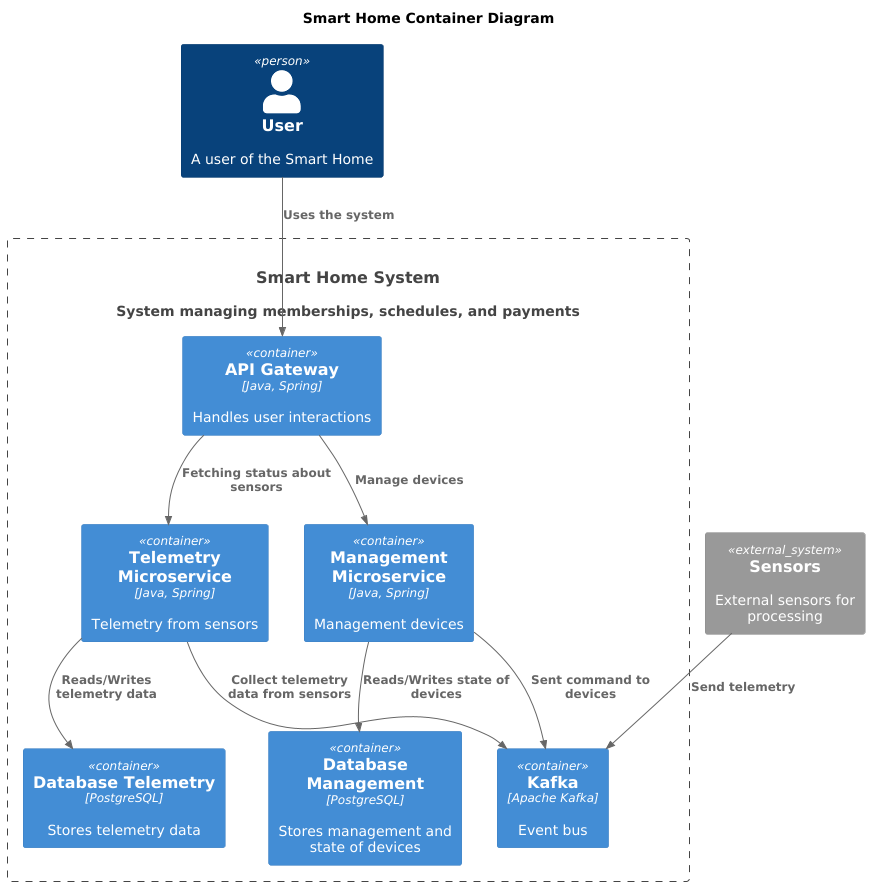
Above: docs/smart-home-microservices-Container-Smart_Home_Container_Diagram.png in vskurikhin/architecture-sprint-3 (PlantUML), before the change. Its diagram source:
```plantuml
@startuml
!include C4.puml
!include C4_Context.puml
!include C4_Container.puml
!include C4_Component.puml

title Smart Home Container Diagram

top to bottom direction

Person(user, "User", "A user of the Smart Home")
System(SmartHomeSystem, "Smart Home System", "System managing memberships, schedules, and payments")

Container_Boundary(SmartHomeSystem, "Smart Home System") {
  Container(APIGateway, "API Gateway", "Java, Spring", "Handles user interactions")
  Container(Management, "Management Microservice", "Java, Spring", "Management devices")
  Container(Telemetry, "Telemetry Microservice", "Java, Spring", "Telemetry from sensors")
  Container(DatabaseManagement, "Database Management", "PostgreSQL", "Stores management and state of devices")
  Container(DatabaseTelemetry, "Database Telemetry", "PostgreSQL", "Stores telemetry data")
  Container(Kafka, "Kafka", "Apache Kafka", "Event bus")
}

System_Ext(sensors, "Sensors", "External sensors for processing")

Rel(user, APIGateway, "Uses the system")
Rel(APIGateway,Management,"Manage devices")
Rel(APIGateway,Telemetry,"Fetching status about sensors")
Rel(Management,DatabaseManagement,"Reads/Writes state of devices")
Rel(Telemetry,DatabaseTelemetry,"Reads/Writes telemetry data")
Rel(Management,Kafka,"Sent command to devices")
Rel(Telemetry,Kafka,"Collect telemetry data from sensors")
Rel(sensors,Kafka,"Send telemetry")
@enduml
```
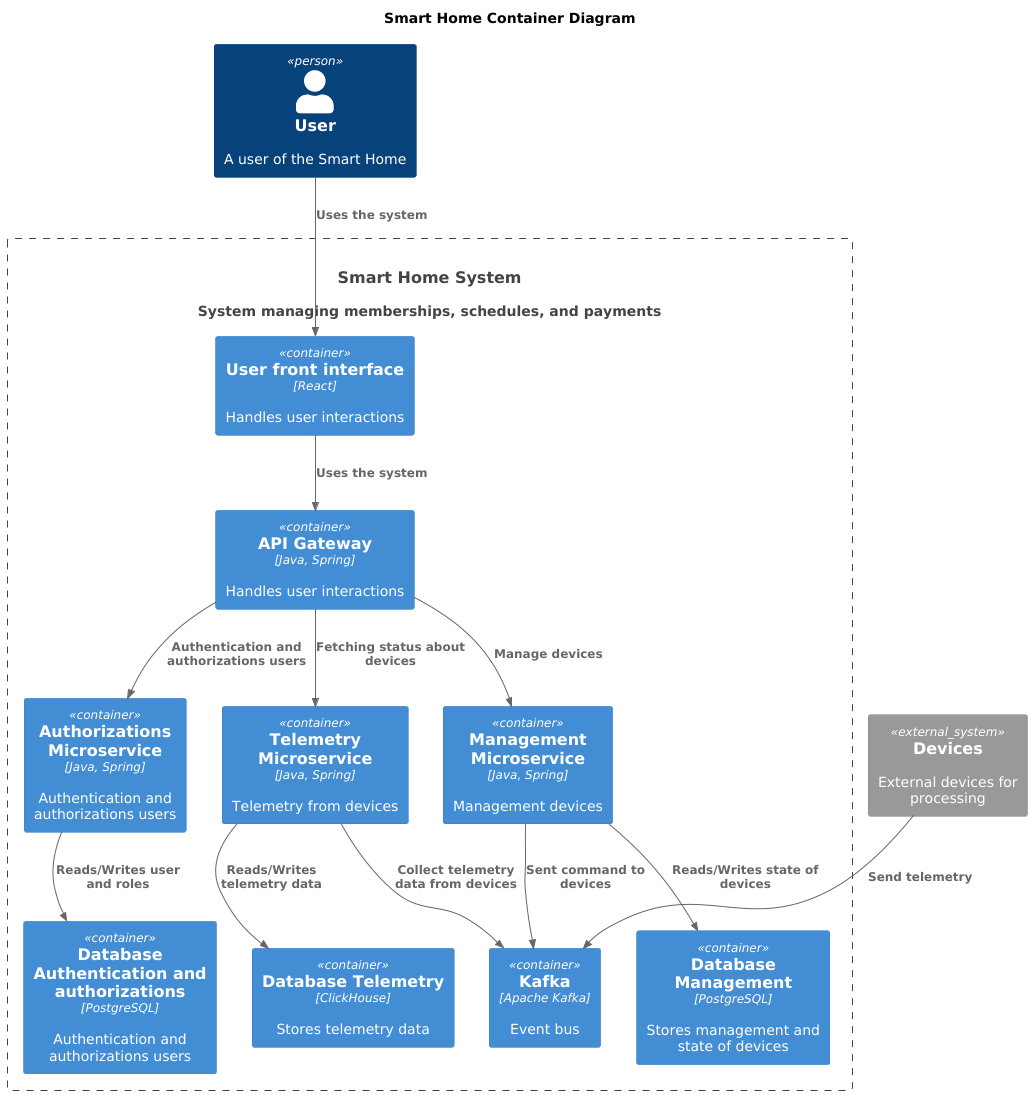
The same diagram one commit later.

Diff of the diagram source:
```diff
@@ -12,22 +12,28 @@
 System(SmartHomeSystem, "Smart Home System", "System managing memberships, schedules, and payments")
 
 Container_Boundary(SmartHomeSystem, "Smart Home System") {
+  Container(UI, "User front interface", "React", "Handles user interactions")
   Container(APIGateway, "API Gateway", "Java, Spring", "Handles user interactions")
+  Container(Auth, "Authorizations Microservice", "Java, Spring", "Authentication and authorizations users")
   Container(Management, "Management Microservice", "Java, Spring", "Management devices")
-  Container(Telemetry, "Telemetry Microservice", "Java, Spring", "Telemetry from sensors")
+  Container(Telemetry, "Telemetry Microservice", "Java, Spring", "Telemetry from devices")
+  Container(DatabaseAuth, "Database Authentication and authorizations", "PostgreSQL", "Authentication and authorizations users")
   Container(DatabaseManagement, "Database Management", "PostgreSQL", "Stores management and state of devices")
-  Container(DatabaseTelemetry, "Database Telemetry", "PostgreSQL", "Stores telemetry data")
+  Container(DatabaseTelemetry, "Database Telemetry", "ClickHouse", "Stores telemetry data")
   Container(Kafka, "Kafka", "Apache Kafka", "Event bus")
 }
 
-System_Ext(sensors, "Sensors", "External sensors for processing")
+System_Ext(devices, "Devices", "External devices for processing")
 
-Rel(user, APIGateway, "Uses the system")
+Rel(user, UI, "Uses the system")
+Rel(UI, APIGateway, "Uses the system")
+Rel(APIGateway,Auth,"Authentication and authorizations users")
 Rel(APIGateway,Management,"Manage devices")
-Rel(APIGateway,Telemetry,"Fetching status about sensors")
+Rel(APIGateway,Telemetry,"Fetching status about devices")
+Rel(Auth,DatabaseAuth,"Reads/Writes user and roles")
 Rel(Management,DatabaseManagement,"Reads/Writes state of devices")
 Rel(Telemetry,DatabaseTelemetry,"Reads/Writes telemetry data")
 Rel(Management,Kafka,"Sent command to devices")
-Rel(Telemetry,Kafka,"Collect telemetry data from sensors")
-Rel(sensors,Kafka,"Send telemetry")
+Rel(Telemetry,Kafka,"Collect telemetry data from devices")
+Rel(devices,Kafka,"Send telemetry")
 @enduml
```
